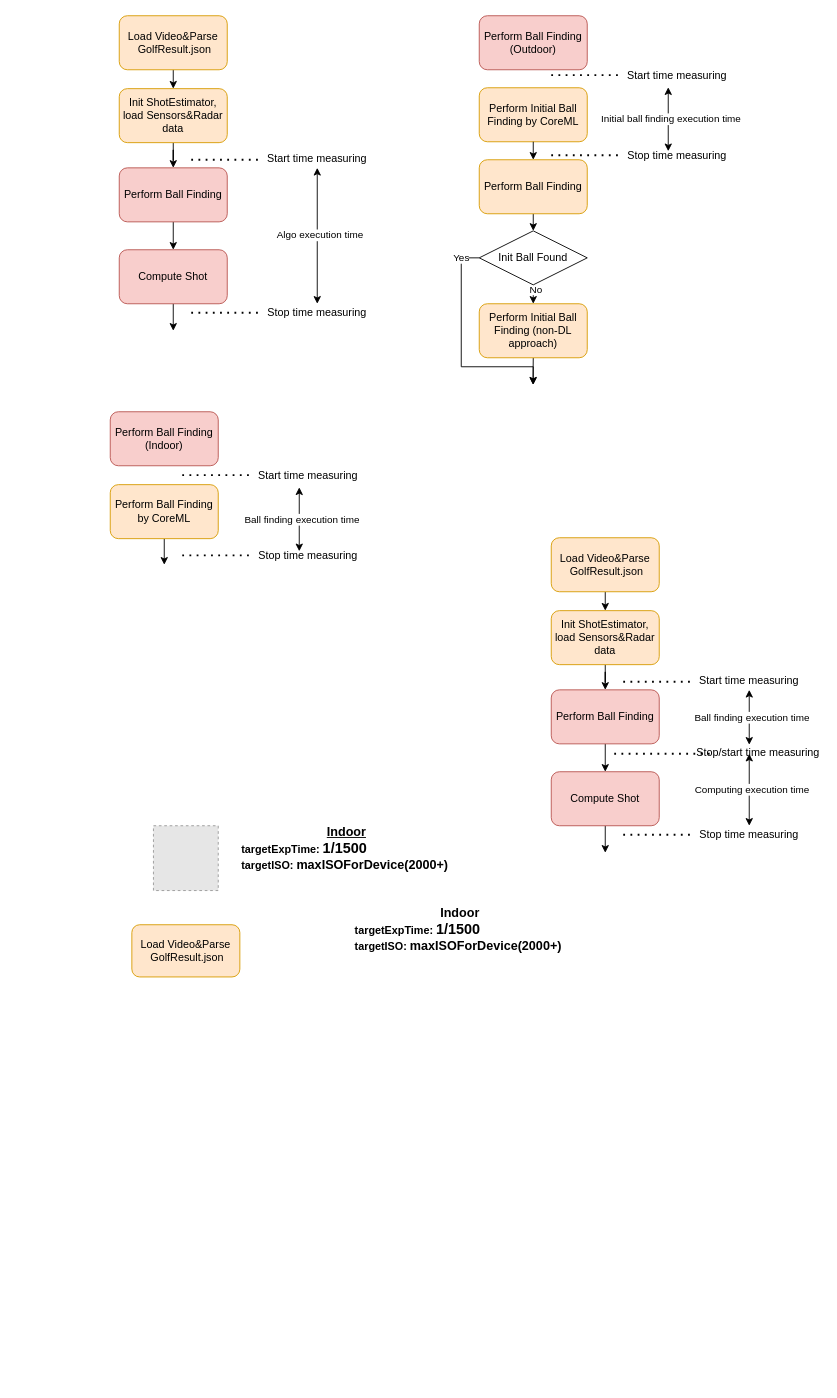
This is MLM.drawio from Mike335207/work, a draw.io file, before an edit. Source tidied: cells renumbered, new cells numbered last; positions are measured from the earlier drawing's top-left corner, leaving out a move shared by most shapes. Both pictures are drawn from the tidied source at 90%, with x=0, y=0 at pixel (110, 15). Pictures stored in the file or linked from it are replaced by grey dashed boxes.
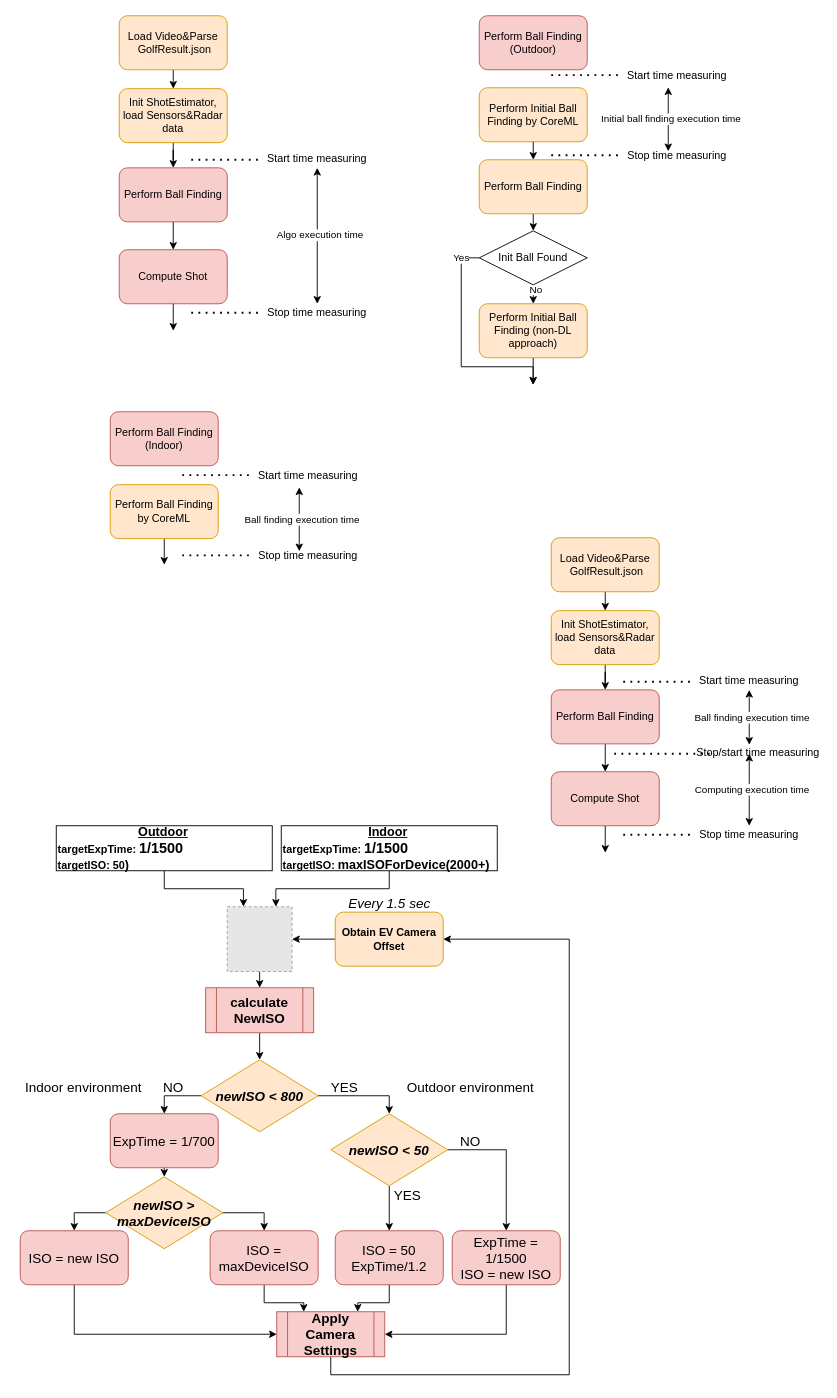
The same diagram, later.

The edit, as a diff of the source:
```diff
@@
+    <mxCell id="64" style="edgeStyle=orthogonalEdgeStyle;rounded=0;jettySize=auto;html=1;exitX=0.5;exitY=1;exitDx=0;exitDy=0;entryX=0.5;entryY=0;entryDx=0;entryDy=0;fontSize=15;" parent="1" edge="1" source="60">
+      <mxGeometry relative="1" as="geometry">
+        <mxPoint x="166" y="1080" as="targetPoint" />
+      </mxGeometry>
+    </mxCell>
     <mxCell id="60" style="fillColor=#E6E6E6;strokeColor=#999999;dashed=1;verticalLabelPosition=bottom;labelBackgroundColor=#ffffff;verticalAlign=top;" parent="1" vertex="1">
-      <mxGeometry x="48" y="900" width="72" height="72" as="geometry" />
+      <mxGeometry x="130" y="990" width="72" height="72" as="geometry" />
     </mxCell>
-    <mxCell id="61" value="Load Video&amp;amp;Parse &amp;nbsp;GolfResult.json" style="rounded=1;whiteSpace=wrap;html=1;fillColor=#ffe6cc;strokeColor=#d79b00;" parent="1" vertex="1">
-      <mxGeometry x="24" y="1010" width="120" height="58" as="geometry" />
-    </mxCell>
+    <mxCell id="65" style="edgeStyle=orthogonalEdgeStyle;rounded=0;jettySize=auto;html=1;exitX=0.5;exitY=1;exitDx=0;exitDy=0;entryX=0.75;entryY=0;entryDx=0;entryDy=0;" parent="1" edge="1" source="62" target="60">
+      <mxGeometry relative="1" as="geometry" />
+    </mxCell>
-    <mxCell id="62" value="&lt;div style=&quot;text-align: center&quot;&gt;&lt;span style=&quot;font-size: 14px&quot;&gt;&lt;u&gt;Indoor&lt;/u&gt;&lt;/span&gt;&lt;/div&gt;targetExpTime: &lt;font style=&quot;font-size: 16px&quot;&gt;1/1500&lt;/font&gt;&lt;br&gt;targetISO: &lt;font style=&quot;font-size: 14px&quot;&gt;maxISOForDevice(2000+)&amp;nbsp;&lt;/font&gt;" style="text;html=1;strokeColor=none;fillColor=none;align=left;verticalAlign=middle;whiteSpace=wrap;rounded=0;fontStyle=1;" parent="1" vertex="1">
-      <mxGeometry x="144" y="900" width="256" height="50" as="geometry" />
+    <mxCell id="62" value="&lt;div style=&quot;text-align: center&quot;&gt;&lt;span style=&quot;font-size: 14px&quot;&gt;&lt;u&gt;Indoor&lt;/u&gt;&lt;/span&gt;&lt;/div&gt;targetExpTime: &lt;font style=&quot;font-size: 16px&quot;&gt;1/1500&lt;/font&gt;&lt;br&gt;targetISO: &lt;font style=&quot;font-size: 14px&quot;&gt;maxISOForDevice(2000+)&amp;nbsp;&lt;/font&gt;" style="text;html=1;fillColor=none;align=left;verticalAlign=middle;whiteSpace=wrap;rounded=0;fontStyle=1;strokeColor=#000000;" parent="1" vertex="1">
+      <mxGeometry x="190" y="900" width="240" height="50" as="geometry" />
     </mxCell>
+    <mxCell id="66" style="edgeStyle=orthogonalEdgeStyle;rounded=0;jettySize=auto;html=1;exitX=0.5;exitY=1;exitDx=0;exitDy=0;entryX=0.25;entryY=0;entryDx=0;entryDy=0;" parent="1" edge="1" source="63" target="60">
+      <mxGeometry relative="1" as="geometry" />
+    </mxCell>
-    <mxCell id="63" value="&lt;div style=&quot;text-align: center&quot;&gt;&lt;span style=&quot;font-size: 14px&quot;&gt;Indoor&lt;/span&gt;&lt;/div&gt;targetExpTime: &lt;font style=&quot;font-size: 16px&quot;&gt;1/1500&lt;/font&gt;&lt;br&gt;targetISO: &lt;font style=&quot;font-size: 14px&quot;&gt;maxISOForDevice(2000+)&amp;nbsp;&lt;/font&gt;" style="text;html=1;strokeColor=none;fillColor=none;align=left;verticalAlign=middle;whiteSpace=wrap;rounded=0;fontStyle=1;" parent="1" vertex="1">
-      <mxGeometry x="270" y="990" width="256" height="50" as="geometry" />
+    <mxCell id="63" value="&lt;div style=&quot;text-align: center&quot;&gt;&lt;span style=&quot;font-size: 14px&quot;&gt;&amp;nbsp; &amp;nbsp; &amp;nbsp; &amp;nbsp; &amp;nbsp; &amp;nbsp; &amp;nbsp; &amp;nbsp; &amp;nbsp; &amp;nbsp; &amp;nbsp; &amp;nbsp;&lt;u&gt;Outdoor&lt;/u&gt;&lt;/span&gt;&lt;/div&gt;targetExpTime: &lt;font style=&quot;font-size: 16px&quot;&gt;1/1500&lt;/font&gt;&lt;br&gt;targetISO: 50&lt;font style=&quot;font-size: 14px&quot;&gt;)&amp;nbsp;&lt;/font&gt;" style="text;html=1;fillColor=none;align=left;verticalAlign=middle;whiteSpace=wrap;rounded=0;fontStyle=1;strokeColor=#000000;" parent="1" vertex="1">
+      <mxGeometry x="-60" y="900" width="240" height="50" as="geometry" />
     </mxCell>
+    <mxCell id="67" style="edgeStyle=orthogonalEdgeStyle;rounded=0;jettySize=auto;html=1;exitX=0;exitY=0.5;exitDx=0;exitDy=0;entryX=1;entryY=0.5;entryDx=0;entryDy=0;" parent="1" edge="1" source="68" target="60">
+      <mxGeometry relative="1" as="geometry" />
+    </mxCell>
+    <mxCell id="68" value="Obtain EV Camera Offset" style="rounded=1;whiteSpace=wrap;html=1;fillColor=#ffe6cc;strokeColor=#d79b00;fontStyle=1;" parent="1" vertex="1">
+      <mxGeometry x="250" y="996" width="120" height="60" as="geometry" />
+    </mxCell>
+    <mxCell id="69" value="Every 1.5 sec" style="text;html=1;align=center;verticalAlign=middle;fontStyle=2;fontSize=15;" parent="1" vertex="1">
+      <mxGeometry x="255" y="976" width="110" height="20" as="geometry" />
+    </mxCell>
+    <mxCell id="70" style="edgeStyle=orthogonalEdgeStyle;rounded=0;jettySize=auto;html=1;exitX=0.5;exitY=1;exitDx=0;exitDy=0;entryX=0.5;entryY=0;entryDx=0;entryDy=0;fontSize=15;" parent="1" edge="1" source="71" target="77">
+      <mxGeometry relative="1" as="geometry" />
+    </mxCell>
+    <mxCell id="71" value="calculate NewISO" style="shape=process;whiteSpace=wrap;html=1;backgroundOutline=1;strokeColor=#b85450;fontSize=15;fillColor=#f8cecc;fontStyle=1;" parent="1" vertex="1">
+      <mxGeometry x="106" y="1080" width="120" height="50" as="geometry" />
+    </mxCell>
+    <mxCell id="72" style="edgeStyle=orthogonalEdgeStyle;rounded=0;jettySize=auto;html=1;exitX=0.5;exitY=1;exitDx=0;exitDy=0;entryX=0.5;entryY=0;entryDx=0;entryDy=0;fontSize=15;" parent="1" edge="1" source="74" target="79">
+      <mxGeometry relative="1" as="geometry" />
+    </mxCell>
+    <mxCell id="73" style="edgeStyle=orthogonalEdgeStyle;rounded=0;jettySize=auto;html=1;exitX=1;exitY=0.5;exitDx=0;exitDy=0;fontSize=15;" parent="1" edge="1" source="74" target="93">
+      <mxGeometry relative="1" as="geometry" />
+    </mxCell>
+    <mxCell id="74" value="&lt;b&gt;&lt;i&gt;newISO &amp;lt; 50&lt;/i&gt;&lt;/b&gt;" style="rhombus;whiteSpace=wrap;html=1;strokeColor=#d79b00;fontSize=15;fillColor=#ffe6cc;" parent="1" vertex="1">
+      <mxGeometry x="245" y="1220" width="130" height="80" as="geometry" />
+    </mxCell>
+    <mxCell id="75" style="edgeStyle=orthogonalEdgeStyle;rounded=0;jettySize=auto;html=1;exitX=0;exitY=0.5;exitDx=0;exitDy=0;entryX=0.5;entryY=0;entryDx=0;entryDy=0;fontSize=15;" parent="1" edge="1" source="77" target="82">
+      <mxGeometry relative="1" as="geometry" />
+    </mxCell>
+    <mxCell id="76" style="edgeStyle=orthogonalEdgeStyle;rounded=0;jettySize=auto;html=1;exitX=1;exitY=0.5;exitDx=0;exitDy=0;entryX=0.5;entryY=0;entryDx=0;entryDy=0;fontSize=15;" parent="1" edge="1" source="77" target="74">
+      <mxGeometry relative="1" as="geometry" />
+    </mxCell>
+    <mxCell id="77" value="&lt;b&gt;&lt;i&gt;newISO &amp;lt; 800&lt;/i&gt;&lt;/b&gt;" style="rhombus;whiteSpace=wrap;html=1;strokeColor=#d79b00;fontSize=15;fillColor=#ffe6cc;" parent="1" vertex="1">
+      <mxGeometry x="101" y="1160" width="130" height="80" as="geometry" />
+    </mxCell>
+    <mxCell id="78" style="edgeStyle=orthogonalEdgeStyle;rounded=0;jettySize=auto;html=1;exitX=0.5;exitY=1;exitDx=0;exitDy=0;entryX=0.75;entryY=0;entryDx=0;entryDy=0;fontSize=15;" parent="1" edge="1" source="79" target="95">
+      <mxGeometry relative="1" as="geometry" />
+    </mxCell>
+    <mxCell id="79" value="ISO = 50&lt;br&gt;ExpTime/1.2" style="rounded=1;whiteSpace=wrap;html=1;fillColor=#f8cecc;strokeColor=#b85450;fontSize=15;" parent="1" vertex="1">
+      <mxGeometry x="250" y="1350" width="120" height="60" as="geometry" />
+    </mxCell>
+    <mxCell id="80" value="YES" style="text;html=1;align=center;verticalAlign=middle;fontSize=15;" parent="1" vertex="1">
+      <mxGeometry x="305" y="1300" width="50" height="20" as="geometry" />
+    </mxCell>
+    <mxCell id="81" style="edgeStyle=orthogonalEdgeStyle;rounded=0;jettySize=auto;html=1;exitX=0.5;exitY=1;exitDx=0;exitDy=0;entryX=0.5;entryY=0;entryDx=0;entryDy=0;fontSize=15;" parent="1" edge="1" source="82" target="85">
+      <mxGeometry relative="1" as="geometry" />
+    </mxCell>
+    <mxCell id="82" value="ExpTime = 1/700" style="rounded=1;whiteSpace=wrap;html=1;fillColor=#f8cecc;strokeColor=#b85450;fontSize=15;" parent="1" vertex="1">
+      <mxGeometry y="1220" width="120" height="60" as="geometry" />
+    </mxCell>
+    <mxCell id="83" style="edgeStyle=orthogonalEdgeStyle;rounded=0;jettySize=auto;html=1;exitX=0;exitY=0.5;exitDx=0;exitDy=0;entryX=0.5;entryY=0;entryDx=0;entryDy=0;fontSize=15;" parent="1" edge="1" source="85" target="89">
+      <mxGeometry relative="1" as="geometry" />
+    </mxCell>
+    <mxCell id="84" style="edgeStyle=orthogonalEdgeStyle;rounded=0;jettySize=auto;html=1;exitX=1;exitY=0.5;exitDx=0;exitDy=0;entryX=0.5;entryY=0;entryDx=0;entryDy=0;fontSize=15;" parent="1" edge="1" source="85" target="87">
+      <mxGeometry relative="1" as="geometry" />
+    </mxCell>
+    <mxCell id="85" value="&lt;b&gt;&lt;i&gt;newISO &amp;gt; maxDeviceISO&lt;/i&gt;&lt;/b&gt;" style="rhombus;whiteSpace=wrap;html=1;strokeColor=#d79b00;fontSize=15;fillColor=#ffe6cc;" parent="1" vertex="1">
+      <mxGeometry x="-5" y="1290" width="130" height="80" as="geometry" />
+    </mxCell>
+    <mxCell id="86" style="edgeStyle=orthogonalEdgeStyle;rounded=0;jettySize=auto;html=1;exitX=0.5;exitY=1;exitDx=0;exitDy=0;entryX=0.25;entryY=0;entryDx=0;entryDy=0;fontSize=15;" parent="1" edge="1" source="87" target="95">
+      <mxGeometry relative="1" as="geometry" />
+    </mxCell>
+    <mxCell id="87" value="ISO = maxDeviceISO" style="rounded=1;whiteSpace=wrap;html=1;fillColor=#f8cecc;strokeColor=#b85450;fontSize=15;" parent="1" vertex="1">
+      <mxGeometry x="111" y="1350" width="120" height="60" as="geometry" />
+    </mxCell>
+    <mxCell id="88" style="edgeStyle=orthogonalEdgeStyle;rounded=0;jettySize=auto;html=1;exitX=0.5;exitY=1;exitDx=0;exitDy=0;entryX=0;entryY=0.5;entryDx=0;entryDy=0;fontSize=15;" parent="1" edge="1" source="89" target="95">
+      <mxGeometry relative="1" as="geometry" />
+    </mxCell>
+    <mxCell id="89" value="ISO = new ISO" style="rounded=1;whiteSpace=wrap;html=1;fillColor=#f8cecc;strokeColor=#b85450;fontSize=15;" parent="1" vertex="1">
+      <mxGeometry x="-100" y="1350" width="120" height="60" as="geometry" />
+    </mxCell>
+    <mxCell id="90" value="NO" style="text;html=1;align=center;verticalAlign=middle;fontSize=15;" parent="1" vertex="1">
+      <mxGeometry x="50" y="1180" width="40" height="20" as="geometry" />
+    </mxCell>
+    <mxCell id="91" value="YES" style="text;html=1;align=center;verticalAlign=middle;fontSize=15;" parent="1" vertex="1">
+      <mxGeometry x="235" y="1180" width="50" height="20" as="geometry" />
+    </mxCell>
+    <mxCell id="92" style="edgeStyle=orthogonalEdgeStyle;rounded=0;jettySize=auto;html=1;exitX=0.5;exitY=1;exitDx=0;exitDy=0;entryX=1;entryY=0.5;entryDx=0;entryDy=0;fontSize=15;" parent="1" edge="1" source="93" target="95">
+      <mxGeometry relative="1" as="geometry" />
+    </mxCell>
+    <mxCell id="93" value="ExpTime = 1/1500&lt;br&gt;ISO = new ISO" style="rounded=1;whiteSpace=wrap;html=1;fillColor=#f8cecc;strokeColor=#b85450;fontSize=15;" parent="1" vertex="1">
+      <mxGeometry x="380" y="1350" width="120" height="60" as="geometry" />
+    </mxCell>
+    <mxCell id="94" style="edgeStyle=orthogonalEdgeStyle;rounded=0;jettySize=auto;html=1;exitX=0.5;exitY=1;exitDx=0;exitDy=0;entryX=1;entryY=0.5;entryDx=0;entryDy=0;fontSize=15;" parent="1" edge="1" source="95" target="68">
+      <mxGeometry relative="1" as="geometry">
+        <Array as="points">
+          <mxPoint x="245" y="1510" />
+          <mxPoint x="510" y="1510" />
+          <mxPoint x="510" y="1026" />
+        </Array>
+      </mxGeometry>
+    </mxCell>
+    <mxCell id="95" value="Apply Camera Settings" style="shape=process;whiteSpace=wrap;html=1;backgroundOutline=1;strokeColor=#b85450;fontSize=15;fillColor=#f8cecc;fontStyle=1;" parent="1" vertex="1">
+      <mxGeometry x="185" y="1440" width="120" height="50" as="geometry" />
+    </mxCell>
+    <mxCell id="96" value="NO" style="text;html=1;align=center;verticalAlign=middle;fontSize=15;" parent="1" vertex="1">
+      <mxGeometry x="380" y="1240" width="40" height="20" as="geometry" />
+    </mxCell>
+    <mxCell id="97" value="Indoor environment" style="text;html=1;align=center;verticalAlign=middle;fontSize=15;" parent="1" vertex="1">
+      <mxGeometry x="-105" y="1180" width="150" height="20" as="geometry" />
+    </mxCell>
+    <mxCell id="98" value="Outdoor environment" style="text;html=1;align=center;verticalAlign=middle;fontSize=15;" parent="1" vertex="1">
+      <mxGeometry x="320" y="1180" width="160" height="20" as="geometry" />
+    </mxCell>
```
